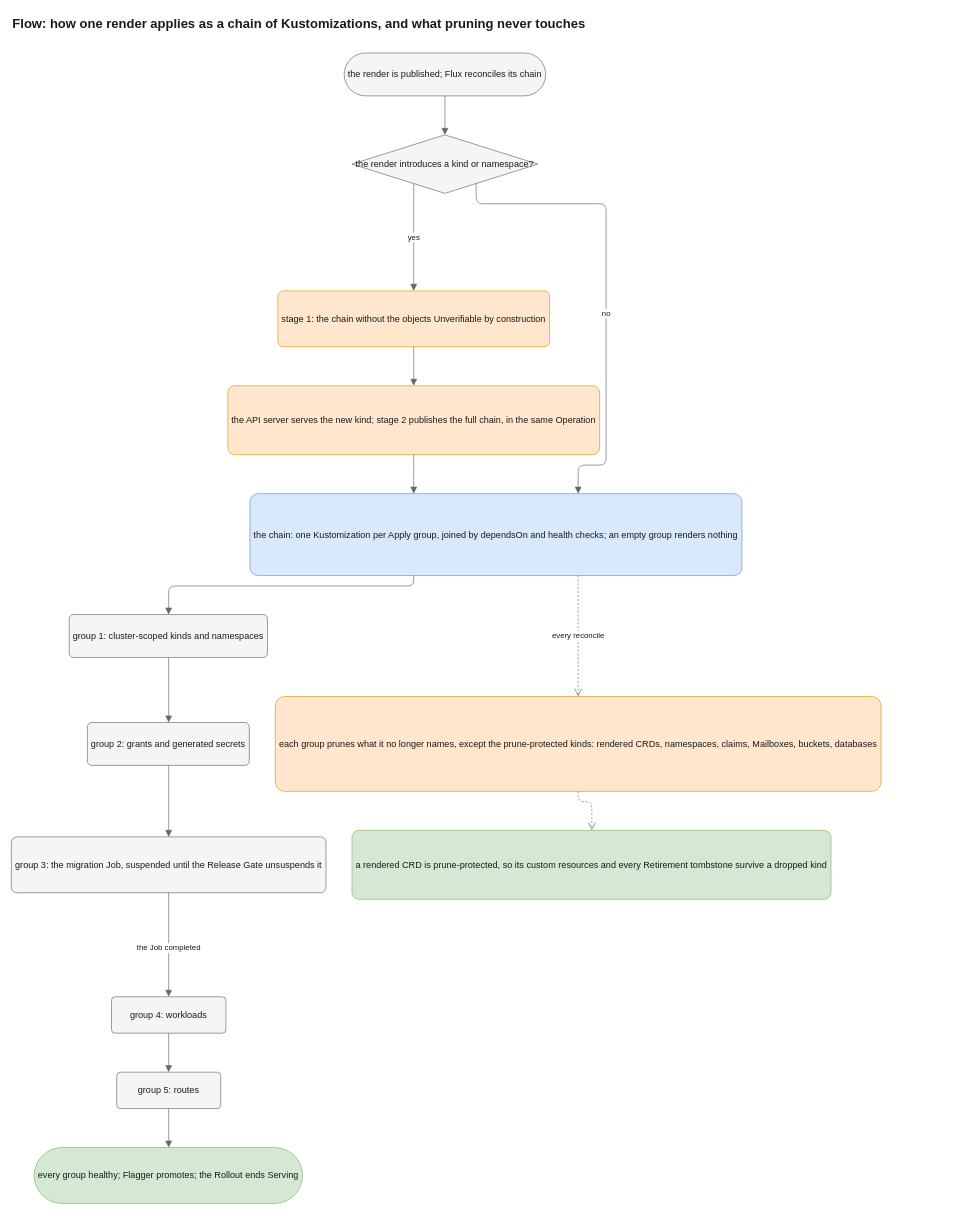
This is docs/diagrams/src/flow-apply-chain.drawio from JorisJonkers-dev/estate-kit, a draw.io file, before an edit. Source tidied: cells renumbered, new cells numbered last; positions are measured from the earlier drawing's top-left corner, leaving out a move shared by most shapes. Both pictures are drawn from the tidied source at 65%, with x=0, y=0 at pixel (11, 11).
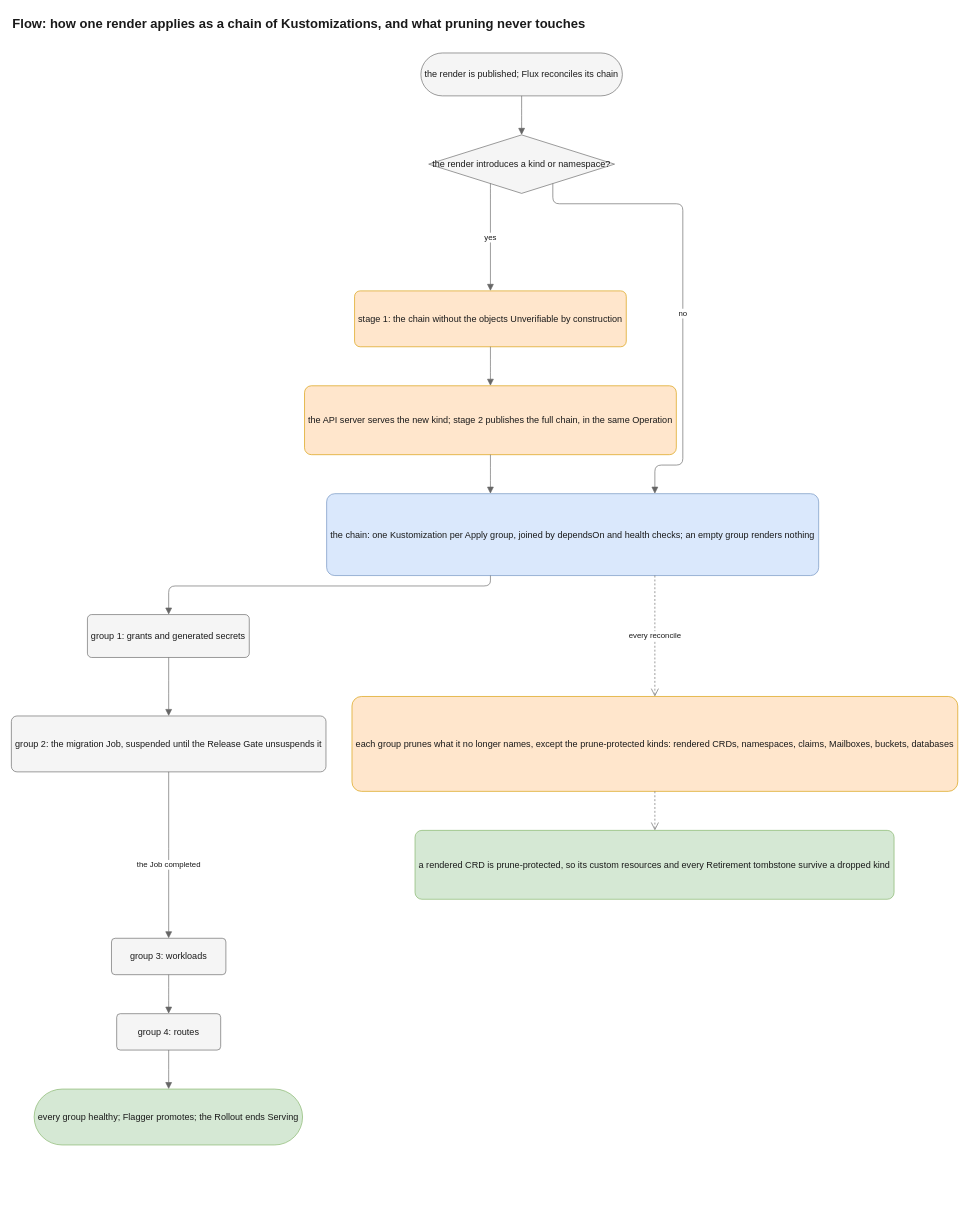
The same page after the edit.

The edit, as a diff of the source:
```diff
@@
     <mxCell id="2" value="the render is published; Flux reconciles its chain" style="rounded=1;arcSize=50;html=1;whiteSpace=wrap;fontSize=14;fontColor=light-dark(#1a1a1a,#e8e8e8);fillColor=light-dark(#f5f5f5,#2b2b2b);strokeColor=light-dark(#666666,#a8a8a8);fontFamily=Helvetica;" parent="1" vertex="1">
-      <mxGeometry x="512" y="64" width="310" height="66" as="geometry" />
+      <mxGeometry x="630" y="64" width="310" height="66" as="geometry" />
     </mxCell>
     <mxCell id="3" value="the render introduces a kind or namespace?" style="rhombus;html=1;whiteSpace=wrap;fontSize=14;fontColor=light-dark(#1a1a1a,#e8e8e8);fillColor=light-dark(#f5f5f5,#2b2b2b);strokeColor=light-dark(#666666,#a8a8a8);fontFamily=Helvetica;" parent="1" vertex="1">
-      <mxGeometry x="524" y="190" width="286" height="90" as="geometry" />
+      <mxGeometry x="642" y="190" width="286" height="90" as="geometry" />
     </mxCell>
     <mxCell id="4" value="stage 1: the chain without the objects Unverifiable by construction" style="rounded=1;arcSize=10;html=1;whiteSpace=wrap;fontSize=14;fontColor=light-dark(#1a1a1a,#e8e8e8);fillColor=light-dark(#ffe6cc,#4a3820);strokeColor=light-dark(#d79b00,#d9a050);fontFamily=Helvetica;" parent="1" vertex="1">
-      <mxGeometry x="410" y="430" width="418" height="86" as="geometry" />
+      <mxGeometry x="528" y="430" width="418" height="86" as="geometry" />
     </mxCell>
     <mxCell id="5" value="the API server serves the new kind; stage 2 publishes the full chain, in the same Operation" style="rounded=1;arcSize=10;html=1;whiteSpace=wrap;fontSize=14;fontColor=light-dark(#1a1a1a,#e8e8e8);fillColor=light-dark(#ffe6cc,#4a3820);strokeColor=light-dark(#d79b00,#d9a050);fontFamily=Helvetica;" parent="1" vertex="1">
-      <mxGeometry x="333" y="576" width="572" height="106" as="geometry" />
+      <mxGeometry x="451" y="576" width="572" height="106" as="geometry" />
     </mxCell>
     <mxCell id="6" value="the chain: one Kustomization per Apply group, joined by dependsOn and health checks; an empty group renders nothing" style="rounded=1;arcSize=10;html=1;whiteSpace=wrap;fontSize=14;fontColor=light-dark(#1a1a1a,#e8e8e8);fillColor=light-dark(#dae8fc,#1f3a5f);strokeColor=light-dark(#6c8ebf,#7aa7e0);fontFamily=Helvetica;" parent="1" vertex="1">
-      <mxGeometry x="367" y="742" width="757" height="126" as="geometry" />
+      <mxGeometry x="485" y="742" width="757" height="126" as="geometry" />
     </mxCell>
-    <mxCell id="7" value="group 1: cluster-scoped kinds and namespaces" style="rounded=1;arcSize=10;html=1;whiteSpace=wrap;fontSize=14;fontColor=light-dark(#1a1a1a,#e8e8e8);fillColor=light-dark(#f5f5f5,#2b2b2b);strokeColor=light-dark(#666666,#a8a8a8);fontFamily=Helvetica;" parent="1" vertex="1">
-      <mxGeometry x="89" y="928" width="305" height="66" as="geometry" />
+    <mxCell id="7" value="group 1: grants and generated secrets" style="rounded=1;arcSize=10;html=1;whiteSpace=wrap;fontSize=14;fontColor=light-dark(#1a1a1a,#e8e8e8);fillColor=light-dark(#f5f5f5,#2b2b2b);strokeColor=light-dark(#666666,#a8a8a8);fontFamily=Helvetica;" parent="1" vertex="1">
+      <mxGeometry x="117" y="928" width="249" height="66" as="geometry" />
     </mxCell>
-    <mxCell id="8" value="group 2: grants and generated secrets" style="rounded=1;arcSize=10;html=1;whiteSpace=wrap;fontSize=14;fontColor=light-dark(#1a1a1a,#e8e8e8);fillColor=light-dark(#f5f5f5,#2b2b2b);strokeColor=light-dark(#666666,#a8a8a8);fontFamily=Helvetica;" parent="1" vertex="1">
-      <mxGeometry x="117" y="1094" width="249" height="66" as="geometry" />
+    <mxCell id="8" value="group 2: the migration Job, suspended until the Release Gate unsuspends it" style="rounded=1;arcSize=10;html=1;whiteSpace=wrap;fontSize=14;fontColor=light-dark(#1a1a1a,#e8e8e8);fillColor=light-dark(#f5f5f5,#2b2b2b);strokeColor=light-dark(#666666,#a8a8a8);fontFamily=Helvetica;" parent="1" vertex="1">
+      <mxGeometry y="1084" width="484" height="86" as="geometry" />
     </mxCell>
-    <mxCell id="9" value="group 3: the migration Job, suspended until the Release Gate unsuspends it" style="rounded=1;arcSize=10;html=1;whiteSpace=wrap;fontSize=14;fontColor=light-dark(#1a1a1a,#e8e8e8);fillColor=light-dark(#f5f5f5,#2b2b2b);strokeColor=light-dark(#666666,#a8a8a8);fontFamily=Helvetica;" parent="1" vertex="1">
-      <mxGeometry y="1270" width="484" height="86" as="geometry" />
+    <mxCell id="9" value="group 3: workloads" style="rounded=1;arcSize=10;html=1;whiteSpace=wrap;fontSize=14;fontColor=light-dark(#1a1a1a,#e8e8e8);fillColor=light-dark(#f5f5f5,#2b2b2b);strokeColor=light-dark(#666666,#a8a8a8);fontFamily=Helvetica;" parent="1" vertex="1">
+      <mxGeometry x="154" y="1426" width="176" height="56" as="geometry" />
     </mxCell>
-    <mxCell id="10" value="group 4: workloads" style="rounded=1;arcSize=10;html=1;whiteSpace=wrap;fontSize=14;fontColor=light-dark(#1a1a1a,#e8e8e8);fillColor=light-dark(#f5f5f5,#2b2b2b);strokeColor=light-dark(#666666,#a8a8a8);fontFamily=Helvetica;" parent="1" vertex="1">
-      <mxGeometry x="154" y="1516" width="176" height="56" as="geometry" />
+    <mxCell id="10" value="group 4: routes" style="rounded=1;arcSize=10;html=1;whiteSpace=wrap;fontSize=14;fontColor=light-dark(#1a1a1a,#e8e8e8);fillColor=light-dark(#f5f5f5,#2b2b2b);strokeColor=light-dark(#666666,#a8a8a8);fontFamily=Helvetica;" parent="1" vertex="1">
+      <mxGeometry x="162" y="1542" width="160" height="56" as="geometry" />
     </mxCell>
-    <mxCell id="11" value="group 5: routes" style="rounded=1;arcSize=10;html=1;whiteSpace=wrap;fontSize=14;fontColor=light-dark(#1a1a1a,#e8e8e8);fillColor=light-dark(#f5f5f5,#2b2b2b);strokeColor=light-dark(#666666,#a8a8a8);fontFamily=Helvetica;" parent="1" vertex="1">
-      <mxGeometry x="162" y="1632" width="160" height="56" as="geometry" />
-    </mxCell>
     <mxCell id="12" value="every group healthy; Flagger promotes; the Rollout ends Serving" style="rounded=1;arcSize=50;html=1;whiteSpace=wrap;fontSize=14;fontColor=light-dark(#1a1a1a,#e8e8e8);fillColor=light-dark(#d5e8d4,#21402a);strokeColor=light-dark(#82b366,#7fc08c);fontFamily=Helvetica;" parent="1" vertex="1">
-      <mxGeometry x="35" y="1748" width="413" height="86" as="geometry" />
+      <mxGeometry x="35" y="1658" width="413" height="86" as="geometry" />
     </mxCell>
     <mxCell id="13" value="each group prunes what it no longer names, except the prune-protected kinds: rendered CRDs, namespaces, claims, Mailboxes, buckets, databases" style="rounded=1;arcSize=10;html=1;whiteSpace=wrap;fontSize=14;fontColor=light-dark(#1a1a1a,#e8e8e8);fillColor=light-dark(#ffe6cc,#4a3820);strokeColor=light-dark(#d79b00,#d9a050);fontFamily=Helvetica;" parent="1" vertex="1">
-      <mxGeometry x="406" y="1054" width="932" height="146" as="geometry" />
+      <mxGeometry x="524" y="1054" width="932" height="146" as="geometry" />
     </mxCell>
     <mxCell id="14" value="a rendered CRD is prune-protected, so its custom resources and every Retirement tombstone survive a dropped kind" style="rounded=1;arcSize=10;html=1;whiteSpace=wrap;fontSize=14;fontColor=light-dark(#1a1a1a,#e8e8e8);fillColor=light-dark(#d5e8d4,#21402a);strokeColor=light-dark(#82b366,#7fc08c);fontFamily=Helvetica;" parent="1" vertex="1">
-      <mxGeometry x="524" y="1260" width="737" height="106" as="geometry" />
+      <mxGeometry x="621" y="1260" width="737" height="106" as="geometry" />
     </mxCell>
     <mxCell id="15" style="html=1;rounded=1;fontSize=14;fontSize=12;fontColor=light-dark(#1a1a1a,#e8e8e8);strokeColor=light-dark(#666666,#a8a8a8);endArrow=block;endFill=1;endSize=8;curved=0;exitX=0.5;exitY=1;entryX=0.5;entryY=0;edgeStyle=orthogonalEdgeStyle;fontFamily=Helvetica;labelBackgroundColor=light-dark(#ffffff,#1e1e1e);" parent="1" edge="1" source="2" target="3">
       <mxGeometry relative="1" as="geometry">
         <Array as="points">
-          <mxPoint x="667" y="160" />
+          <mxPoint x="785" y="160" />
         </Array>
       </mxGeometry>
     </mxCell>
     <mxCell id="16" value="yes" style="html=1;rounded=1;fontSize=14;fontSize=12;fontColor=light-dark(#1a1a1a,#e8e8e8);strokeColor=light-dark(#666666,#a8a8a8);endArrow=block;endFill=1;endSize=8;noEdgeStyle=1;orthogonal=1;curved=0;exitX=0.3322;exitY=0.8322;entryX=0.5;entryY=0;fontFamily=Helvetica;labelBackgroundColor=light-dark(#ffffff,#1e1e1e);" parent="1" edge="1" source="3" target="4">
       <mxGeometry relative="1" as="geometry">
         <Array as="points">
-          <mxPoint x="619" y="280" />
+          <mxPoint x="737" y="280" />
         </Array>
       </mxGeometry>
     </mxCell>
     <mxCell id="17" value="no" style="html=1;rounded=1;fontSize=14;fontSize=12;fontColor=light-dark(#1a1a1a,#e8e8e8);strokeColor=light-dark(#666666,#a8a8a8);endArrow=block;endFill=1;endSize=8;noEdgeStyle=1;orthogonal=1;curved=0;exitX=0.6678;exitY=0.8322;entryX=0.6671;entryY=0;fontFamily=Helvetica;labelBackgroundColor=light-dark(#ffffff,#1e1e1e);" parent="1" edge="1" source="3" target="6">
       <mxGeometry relative="1" as="geometry">
         <Array as="points">
-          <mxPoint x="715" y="296" />
-          <mxPoint x="915" y="296" />
-          <mxPoint x="915" y="698" />
-          <mxPoint x="872" y="698" />
+          <mxPoint x="833" y="296" />
+          <mxPoint x="1033" y="296" />
+          <mxPoint x="1033" y="698" />
+          <mxPoint x="990" y="698" />
         </Array>
         <mxPoint y="40.5" as="offset" />
       </mxGeometry>
     </mxCell>
     <mxCell id="18" style="html=1;rounded=1;fontSize=14;fontSize=12;fontColor=light-dark(#1a1a1a,#e8e8e8);strokeColor=light-dark(#666666,#a8a8a8);endArrow=block;endFill=1;endSize=8;curved=0;exitX=0.5;exitY=1;entryX=0.5;entryY=0;edgeStyle=orthogonalEdgeStyle;fontFamily=Helvetica;labelBackgroundColor=light-dark(#ffffff,#1e1e1e);" parent="1" edge="1" source="4" target="5">
       <mxGeometry relative="1" as="geometry">
         <Array as="points">
-          <mxPoint x="619" y="546" />
+          <mxPoint x="737" y="546" />
         </Array>
       </mxGeometry>
     </mxCell>
     <mxCell id="19" style="html=1;rounded=1;fontSize=14;fontSize=12;fontColor=light-dark(#1a1a1a,#e8e8e8);strokeColor=light-dark(#666666,#a8a8a8);endArrow=block;endFill=1;endSize=8;curved=0;exitX=0.5;exitY=1;entryX=0.3329;entryY=0;edgeStyle=orthogonalEdgeStyle;fontFamily=Helvetica;labelBackgroundColor=light-dark(#ffffff,#1e1e1e);" parent="1" edge="1" source="5" target="6">
       <mxGeometry relative="1" as="geometry">
         <Array as="points">
-          <mxPoint x="619" y="712" />
+          <mxPoint x="737" y="712" />
         </Array>
       </mxGeometry>
     </mxCell>
-    <mxCell id="20" style="html=1;rounded=1;fontSize=14;fontSize=12;fontColor=light-dark(#1a1a1a,#e8e8e8);strokeColor=light-dark(#666666,#a8a8a8);endArrow=block;endFill=1;endSize=8;curved=0;exitX=0.3329;exitY=1;entryX=0.5016;entryY=0;edgeStyle=orthogonalEdgeStyle;fontFamily=Helvetica;labelBackgroundColor=light-dark(#ffffff,#1e1e1e);" parent="1" edge="1" source="6" target="7">
+    <mxCell id="20" style="html=1;rounded=1;fontSize=14;fontSize=12;fontColor=light-dark(#1a1a1a,#e8e8e8);strokeColor=light-dark(#666666,#a8a8a8);endArrow=block;endFill=1;endSize=8;curved=0;exitX=0.3329;exitY=1;entryX=0.502;entryY=0;edgeStyle=orthogonalEdgeStyle;fontFamily=Helvetica;labelBackgroundColor=light-dark(#ffffff,#1e1e1e);" parent="1" edge="1" source="6" target="7">
       <mxGeometry relative="1" as="geometry">
         <Array as="points">
-          <mxPoint x="619" y="884" />
+          <mxPoint x="737" y="884" />
           <mxPoint x="242" y="884" />
         </Array>
       </mxGeometry>
     </mxCell>
-    <mxCell id="21" style="html=1;rounded=1;fontSize=14;fontSize=12;fontColor=light-dark(#1a1a1a,#e8e8e8);strokeColor=light-dark(#666666,#a8a8a8);endArrow=block;endFill=1;endSize=8;curved=0;exitX=0.5016;exitY=1;entryX=0.502;entryY=0;edgeStyle=orthogonalEdgeStyle;fontFamily=Helvetica;labelBackgroundColor=light-dark(#ffffff,#1e1e1e);" parent="1" edge="1" source="7" target="8">
+    <mxCell id="21" style="html=1;rounded=1;fontSize=14;fontSize=12;fontColor=light-dark(#1a1a1a,#e8e8e8);strokeColor=light-dark(#666666,#a8a8a8);endArrow=block;endFill=1;endSize=8;curved=0;exitX=0.502;exitY=1;entryX=0.5;entryY=0;edgeStyle=orthogonalEdgeStyle;fontFamily=Helvetica;labelBackgroundColor=light-dark(#ffffff,#1e1e1e);" parent="1" edge="1" source="7" target="8">
       <mxGeometry relative="1" as="geometry">
         <Array as="points">
-          <mxPoint x="242" y="1044" />
+          <mxPoint x="242" y="1039" />
         </Array>
       </mxGeometry>
     </mxCell>
-    <mxCell id="22" style="html=1;rounded=1;fontSize=14;fontSize=12;fontColor=light-dark(#1a1a1a,#e8e8e8);strokeColor=light-dark(#666666,#a8a8a8);endArrow=block;endFill=1;endSize=8;curved=0;exitX=0.502;exitY=1;entryX=0.5;entryY=0;edgeStyle=orthogonalEdgeStyle;fontFamily=Helvetica;labelBackgroundColor=light-dark(#ffffff,#1e1e1e);" parent="1" edge="1" source="8" target="9">
+    <mxCell id="22" value="the Job completed" style="html=1;rounded=1;fontSize=14;fontSize=12;fontColor=light-dark(#1a1a1a,#e8e8e8);strokeColor=light-dark(#666666,#a8a8a8);endArrow=block;endFill=1;endSize=8;curved=0;exitX=0.5;exitY=1;entryX=0.5;entryY=0;edgeStyle=orthogonalEdgeStyle;fontFamily=Helvetica;labelBackgroundColor=light-dark(#ffffff,#1e1e1e);" parent="1" edge="1" source="8" target="9">
       <mxGeometry relative="1" as="geometry">
         <Array as="points">
-          <mxPoint x="242" y="1215" />
+          <mxPoint x="242" y="1298" />
         </Array>
+        <mxPoint y="15" as="offset" />
       </mxGeometry>
     </mxCell>
-    <mxCell id="23" value="the Job completed" style="html=1;rounded=1;fontSize=14;fontSize=12;fontColor=light-dark(#1a1a1a,#e8e8e8);strokeColor=light-dark(#666666,#a8a8a8);endArrow=block;endFill=1;endSize=8;curved=0;exitX=0.5;exitY=1;entryX=0.5;entryY=0;edgeStyle=orthogonalEdgeStyle;fontFamily=Helvetica;labelBackgroundColor=light-dark(#ffffff,#1e1e1e);" parent="1" edge="1" source="9" target="10">
+    <mxCell id="23" style="html=1;rounded=1;fontSize=14;fontSize=12;fontColor=light-dark(#1a1a1a,#e8e8e8);strokeColor=light-dark(#666666,#a8a8a8);endArrow=block;endFill=1;endSize=8;curved=0;exitX=0.5;exitY=1;entryX=0.5;entryY=0;edgeStyle=orthogonalEdgeStyle;fontFamily=Helvetica;labelBackgroundColor=light-dark(#ffffff,#1e1e1e);" parent="1" edge="1" source="9" target="10">
       <mxGeometry relative="1" as="geometry">
         <Array as="points">
-          <mxPoint x="242" y="1436" />
+          <mxPoint x="242" y="1512" />
         </Array>
-        <mxPoint y="5" as="offset" />
       </mxGeometry>
     </mxCell>
-    <mxCell id="24" style="html=1;rounded=1;fontSize=14;fontSize=12;fontColor=light-dark(#1a1a1a,#e8e8e8);strokeColor=light-dark(#666666,#a8a8a8);endArrow=block;endFill=1;endSize=8;curved=0;exitX=0.5;exitY=1;entryX=0.5;entryY=0;edgeStyle=orthogonalEdgeStyle;fontFamily=Helvetica;labelBackgroundColor=light-dark(#ffffff,#1e1e1e);" parent="1" edge="1" source="10" target="11">
+    <mxCell id="24" style="html=1;rounded=1;fontSize=14;fontSize=12;fontColor=light-dark(#1a1a1a,#e8e8e8);strokeColor=light-dark(#666666,#a8a8a8);endArrow=block;endFill=1;endSize=8;curved=0;exitX=0.5;exitY=1;entryX=0.5012;entryY=0;edgeStyle=orthogonalEdgeStyle;fontFamily=Helvetica;labelBackgroundColor=light-dark(#ffffff,#1e1e1e);" parent="1" edge="1" source="10" target="12">
       <mxGeometry relative="1" as="geometry">
         <Array as="points">
-          <mxPoint x="242" y="1602" />
+          <mxPoint x="242" y="1628" />
         </Array>
       </mxGeometry>
     </mxCell>
-    <mxCell id="25" style="html=1;rounded=1;fontSize=14;fontSize=12;fontColor=light-dark(#1a1a1a,#e8e8e8);strokeColor=light-dark(#666666,#a8a8a8);endArrow=block;endFill=1;endSize=8;curved=0;exitX=0.5;exitY=1;entryX=0.5012;entryY=0;edgeStyle=orthogonalEdgeStyle;fontFamily=Helvetica;labelBackgroundColor=light-dark(#ffffff,#1e1e1e);" parent="1" edge="1" source="11" target="12">
+    <mxCell id="25" value="every reconcile" style="html=1;rounded=1;fontSize=14;fontSize=12;fontColor=light-dark(#1a1a1a,#e8e8e8);strokeColor=light-dark(#666666,#a8a8a8);endArrow=open;endSize=10;dashed=1;curved=0;exitX=0.6671;exitY=1;entryX=0.5;entryY=0;edgeStyle=orthogonalEdgeStyle;fontFamily=Helvetica;labelBackgroundColor=light-dark(#ffffff,#1e1e1e);" parent="1" edge="1" source="6" target="13">
       <mxGeometry relative="1" as="geometry">
         <Array as="points">
-          <mxPoint x="242" y="1718" />
+          <mxPoint x="990" y="961" />
         </Array>
       </mxGeometry>
     </mxCell>
-    <mxCell id="26" value="every reconcile" style="html=1;rounded=1;fontSize=14;fontSize=12;fontColor=light-dark(#1a1a1a,#e8e8e8);strokeColor=light-dark(#666666,#a8a8a8);endArrow=open;endSize=10;dashed=1;curved=0;exitX=0.6671;exitY=1;entryX=0.5;entryY=0;edgeStyle=orthogonalEdgeStyle;fontFamily=Helvetica;labelBackgroundColor=light-dark(#ffffff,#1e1e1e);" parent="1" edge="1" source="6" target="13">
+    <mxCell id="26" style="html=1;rounded=1;fontSize=14;fontSize=12;fontColor=light-dark(#1a1a1a,#e8e8e8);strokeColor=light-dark(#666666,#a8a8a8);endArrow=open;endSize=10;dashed=1;curved=0;exitX=0.5;exitY=1;entryX=0.5007;entryY=0;edgeStyle=orthogonalEdgeStyle;fontFamily=Helvetica;labelBackgroundColor=light-dark(#ffffff,#1e1e1e);" parent="1" edge="1" source="13" target="14">
       <mxGeometry relative="1" as="geometry">
         <Array as="points">
-          <mxPoint x="872" y="961" />
+          <mxPoint x="990" y="1230" />
         </Array>
       </mxGeometry>
     </mxCell>
-    <mxCell id="27" style="html=1;rounded=1;fontSize=14;fontSize=12;fontColor=light-dark(#1a1a1a,#e8e8e8);strokeColor=light-dark(#666666,#a8a8a8);endArrow=open;endSize=10;dashed=1;curved=0;exitX=0.5;exitY=1;entryX=0.5007;entryY=0;edgeStyle=orthogonalEdgeStyle;fontFamily=Helvetica;labelBackgroundColor=light-dark(#ffffff,#1e1e1e);" parent="1" edge="1" source="13" target="14">
-      <mxGeometry relative="1" as="geometry">
-        <Array as="points">
-          <mxPoint x="872" y="1216" />
-          <mxPoint x="893" y="1216" />
-        </Array>
-      </mxGeometry>
-    </mxCell>
     <mxCell id="28" value="Flow: how one render applies as a chain of Kustomizations, and what pruning never touches" style="text;html=1;whiteSpace=wrap;align=left;verticalAlign=middle;fontSize=20;fontStyle=1;fontColor=light-dark(#1a1a1a,#e8e8e8);fontFamily=Helvetica;" parent="1" vertex="1">
-      <mxGeometry width="1338" height="36" as="geometry" />
+      <mxGeometry width="1456" height="36" as="geometry" />
     </mxCell>
```
